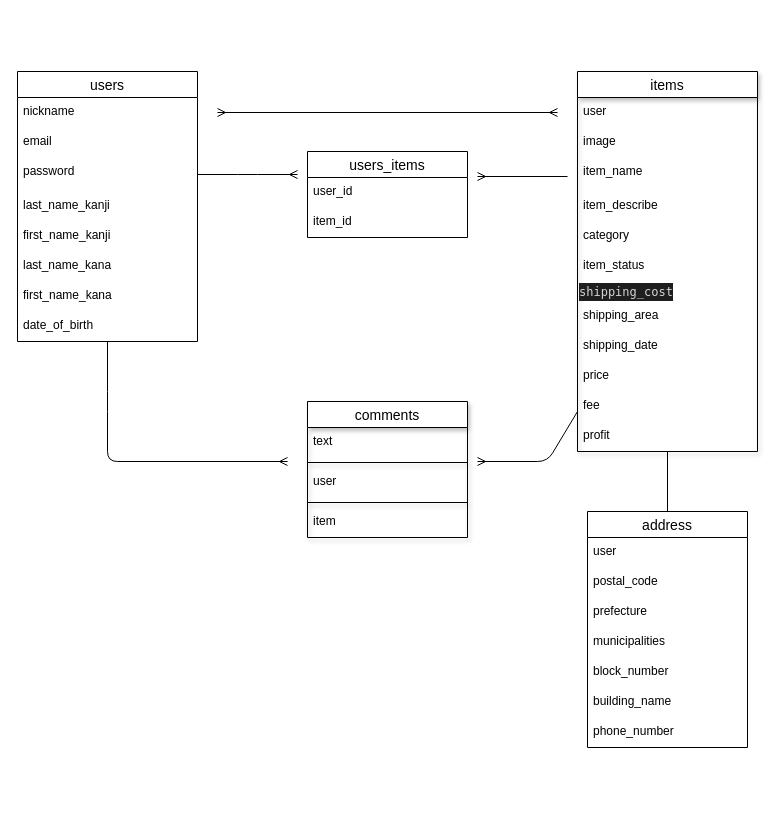
Before: page "ページ1" (1 of 2) of furima.dio in taka-0713/furima-32616, a draw.io diagram. Source tidied: cells renumbered, new cells numbered last; positions are measured from the earlier drawing's top-left corner, leaving out a move shared by most shapes. Both pictures are drawn from the tidied source at 100%, with x=0, y=0 at pixel (17, 71).
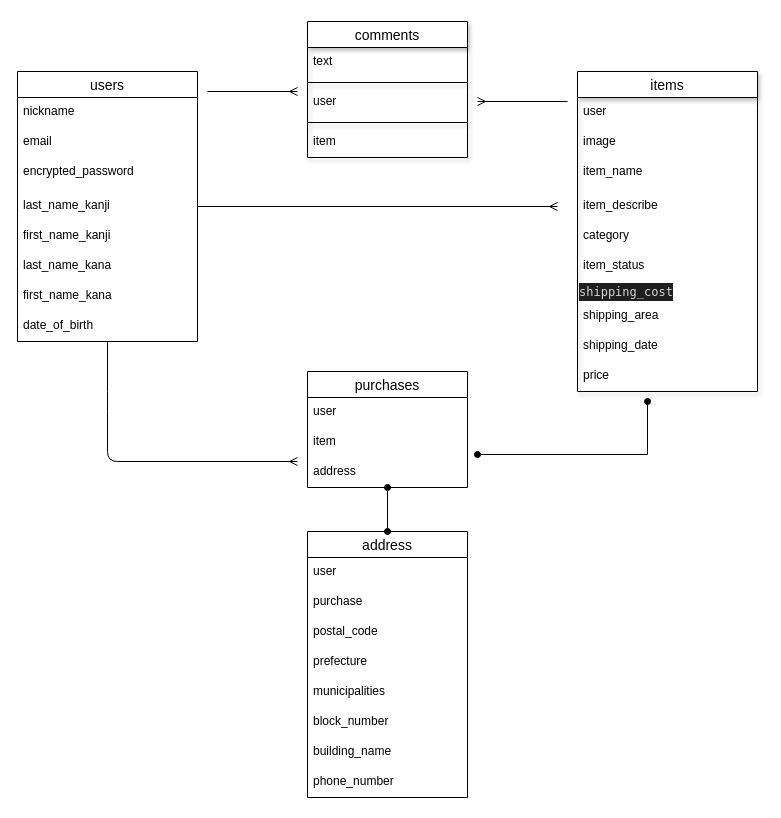
Above is the later version.

Commit message (it also covers changes not shown here):
データベース設計(修正2回目)

The change refers to these unchanged cells:
```xml
<mxCell id="17" value="users" style="swimlane;fontStyle=0;horizontal=1;startSize=26;align=center;fontSize=14;" parent="1" vertex="1">
  <mxGeometry width="180" height="270" as="geometry" />
</mxCell>
```

The edit, as a diff of the source:
```diff
@@
-    <mxCell id="2" style="edgeStyle=none;rounded=1;sketch=0;jettySize=auto;html=1;startArrow=none;startFill=0;endArrow=none;endFill=0;strokeWidth=1;" parent="1" edge="1" source="3" target="26">
-      <mxGeometry relative="1" as="geometry" />
-    </mxCell>
     <mxCell id="3" value="items" style="swimlane;fontStyle=0;horizontal=1;startSize=26;align=center;fontSize=14;shadow=1;" parent="1" vertex="1">
-      <mxGeometry x="560" width="180" height="380" as="geometry" />
+      <mxGeometry x="560" width="180" height="320" as="geometry" />
     </mxCell>
@@
-    <mxCell id="14" value="fee" style="text;strokeColor=none;fillColor=none;spacingLeft=4;spacingRight=4;overflow=hidden;fontSize=12;rounded=0;shadow=1;sketch=0;align=left;" parent="3" vertex="1">
-      <mxGeometry y="320" width="180" height="30" as="geometry" />
-    </mxCell>
-    <mxCell id="15" value="profit" style="text;strokeColor=none;fillColor=none;spacingLeft=4;spacingRight=4;overflow=hidden;fontSize=12;rounded=0;shadow=1;sketch=0;align=left;" parent="3" vertex="1">
-      <mxGeometry y="350" width="180" height="30" as="geometry" />
-    </mxCell>
     <mxCell id="16" style="edgeStyle=orthogonalEdgeStyle;rounded=1;sketch=0;jettySize=auto;html=1;endArrow=ERmany;endFill=0;strokeWidth=1;" parent="1" edge="1" source="17">
       <mxGeometry relative="1" as="geometry">
-        <mxPoint x="270" y="390" as="targetPoint" />
+        <mxPoint x="280" y="390" as="targetPoint" />
         <Array as="points">
           <mxPoint x="90" y="330" />
           <mxPoint x="90" y="330" />
         </Array>
       </mxGeometry>
     </mxCell>
+    <mxCell id="47" style="edgeStyle=none;rounded=0;orthogonalLoop=1;jettySize=auto;html=1;startArrow=none;startFill=0;endArrow=ERmany;endFill=0;" parent="1" edge="1">
+      <mxGeometry relative="1" as="geometry">
+        <mxPoint x="190" y="20" as="sourcePoint" />
+        <mxPoint x="280" y="20" as="targetPoint" />
+      </mxGeometry>
+    </mxCell>
+    <mxCell id="48" style="edgeStyle=none;rounded=0;jettySize=auto;html=1;startArrow=none;startFill=0;endArrow=ERmany;endFill=0;" parent="1" edge="1" source="17">
+      <mxGeometry relative="1" as="geometry">
+        <mxPoint x="540" y="135" as="targetPoint" />
+      </mxGeometry>
+    </mxCell>
@@
-    <mxCell id="20" value="password" style="text;strokeColor=none;fillColor=none;spacingLeft=4;spacingRight=4;overflow=hidden;points=[[0,0.5],[1,0.5]];portConstraint=eastwest;fontSize=12;" parent="17" vertex="1">
+    <mxCell id="20" value="encrypted_password" style="text;strokeColor=none;fillColor=none;spacingLeft=4;spacingRight=4;overflow=hidden;points=[[0,0.5],[1,0.5]];portConstraint=eastwest;fontSize=12;" parent="17" vertex="1">
       <mxGeometry y="86" width="180" height="34" as="geometry" />
     </mxCell>
@@
     <mxCell id="26" value="address" style="swimlane;fontStyle=0;horizontal=1;startSize=26;align=center;fontSize=14;rounded=0;sketch=0;" parent="1" vertex="1">
-      <mxGeometry x="570" y="440" width="160" height="236" as="geometry" />
+      <mxGeometry x="290" y="460" width="160" height="266" as="geometry" />
     </mxCell>
@@
+    <mxCell id="49" value="purchase" style="text;strokeColor=none;fillColor=none;spacingLeft=4;spacingRight=4;overflow=hidden;fontSize=12;" parent="26" vertex="1">
+      <mxGeometry y="56" width="160" height="30" as="geometry" />
+    </mxCell>
     <mxCell id="28" value="postal_code" style="text;strokeColor=none;fillColor=none;spacingLeft=4;spacingRight=4;overflow=hidden;fontSize=12;" parent="26" vertex="1">
-      <mxGeometry y="56" width="160" height="30" as="geometry" />
+      <mxGeometry y="86" width="160" height="30" as="geometry" />
     </mxCell>
     <mxCell id="29" value="prefecture" style="text;strokeColor=none;fillColor=none;spacingLeft=4;spacingRight=4;overflow=hidden;fontSize=12;" parent="26" vertex="1">
-      <mxGeometry y="86" width="160" height="30" as="geometry" />
+      <mxGeometry y="116" width="160" height="30" as="geometry" />
     </mxCell>
     <mxCell id="30" value="municipalities" style="text;strokeColor=none;fillColor=none;spacingLeft=4;spacingRight=4;overflow=hidden;fontSize=12;" parent="26" vertex="1">
-      <mxGeometry y="116" width="160" height="30" as="geometry" />
+      <mxGeometry y="146" width="160" height="30" as="geometry" />
     </mxCell>
     <mxCell id="31" value="block_number" style="text;strokeColor=none;fillColor=none;spacingLeft=4;spacingRight=4;overflow=hidden;fontSize=12;" parent="26" vertex="1">
-      <mxGeometry y="146" width="160" height="30" as="geometry" />
+      <mxGeometry y="176" width="160" height="30" as="geometry" />
     </mxCell>
     <mxCell id="32" value="building_name" style="text;strokeColor=none;fillColor=none;spacingLeft=4;spacingRight=4;overflow=hidden;fontSize=12;" parent="26" vertex="1">
-      <mxGeometry y="176" width="160" height="30" as="geometry" />
+      <mxGeometry y="206" width="160" height="30" as="geometry" />
     </mxCell>
     <mxCell id="33" value="phone_number" style="text;strokeColor=none;fillColor=none;spacingLeft=4;spacingRight=4;overflow=hidden;fontSize=12;" parent="26" vertex="1">
-      <mxGeometry y="206" width="160" height="30" as="geometry" />
+      <mxGeometry y="236" width="160" height="30" as="geometry" />
     </mxCell>
-    <mxCell id="34" style="edgeStyle=orthogonalEdgeStyle;rounded=1;sketch=0;jettySize=auto;html=1;endArrow=ERmany;endFill=0;strokeWidth=1;" parent="1" edge="1" source="20">
-      <mxGeometry relative="1" as="geometry">
-        <mxPoint x="280" y="103" as="targetPoint" />
-      </mxGeometry>
-    </mxCell>
+    <mxCell id="50" style="edgeStyle=none;rounded=0;jettySize=auto;html=1;entryX=0.5;entryY=0;entryDx=0;entryDy=0;startArrow=oval;startFill=1;endArrow=oval;endFill=1;" parent="1" edge="1" source="35" target="26">
+      <mxGeometry relative="1" as="geometry" />
+    </mxCell>
+    <mxCell id="51" style="edgeStyle=none;rounded=0;orthogonalLoop=1;jettySize=auto;html=1;startArrow=oval;startFill=1;endArrow=oval;endFill=1;" parent="1" edge="1">
+      <mxGeometry relative="1" as="geometry">
+        <mxPoint x="460" y="383" as="sourcePoint" />
+        <mxPoint x="630" y="330" as="targetPoint" />
+        <Array as="points">
+          <mxPoint x="630" y="383" />
+        </Array>
+      </mxGeometry>
+    </mxCell>
-    <mxCell id="35" value="users_items" style="swimlane;fontStyle=0;horizontal=1;startSize=26;align=center;fontSize=14;" parent="1" vertex="1">
-      <mxGeometry x="290" y="80" width="160" height="86" as="geometry" />
+    <mxCell id="35" value="purchases" style="swimlane;fontStyle=0;horizontal=1;startSize=26;align=center;fontSize=14;" parent="1" vertex="1">
+      <mxGeometry x="290" y="300" width="160" height="116" as="geometry" />
     </mxCell>
-    <mxCell id="36" value="user_id" style="text;strokeColor=none;fillColor=none;spacingLeft=4;spacingRight=4;overflow=hidden;fontSize=12;" parent="35" vertex="1">
+    <mxCell id="36" value="user" style="text;strokeColor=none;fillColor=none;spacingLeft=4;spacingRight=4;overflow=hidden;fontSize=12;" parent="35" vertex="1">
       <mxGeometry y="26" width="160" height="30" as="geometry" />
     </mxCell>
-    <mxCell id="37" value="item_id" style="text;strokeColor=none;fillColor=none;spacingLeft=4;spacingRight=4;overflow=hidden;fontSize=12;" parent="35" vertex="1">
+    <mxCell id="37" value="item" style="text;strokeColor=none;fillColor=none;spacingLeft=4;spacingRight=4;overflow=hidden;fontSize=12;" parent="35" vertex="1">
       <mxGeometry y="56" width="160" height="30" as="geometry" />
     </mxCell>
+    <mxCell id="52" value="address" style="text;strokeColor=none;fillColor=none;spacingLeft=4;spacingRight=4;overflow=hidden;fontSize=12;" parent="35" vertex="1">
+      <mxGeometry y="86" width="160" height="30" as="geometry" />
+    </mxCell>
     <mxCell id="38" style="edgeStyle=orthogonalEdgeStyle;rounded=0;orthogonalLoop=1;jettySize=auto;html=1;endArrow=ERmany;endFill=0;" parent="1" edge="1">
       <mxGeometry relative="1" as="geometry">
-        <mxPoint x="550" y="105" as="sourcePoint" />
-        <mxPoint x="460" y="105" as="targetPoint" />
+        <mxPoint x="550" y="30" as="sourcePoint" />
+        <mxPoint x="460" y="30" as="targetPoint" />
       </mxGeometry>
     </mxCell>
     <mxCell id="39" value="comments" style="swimlane;fontStyle=0;horizontal=1;startSize=26;align=center;fontSize=14;rounded=0;shadow=1;sketch=0;" parent="1" vertex="1">
-      <mxGeometry x="290" y="330" width="160" height="136" as="geometry" />
+      <mxGeometry x="290" y="-50" width="160" height="136" as="geometry" />
     </mxCell>
@@
-    <mxCell id="45" style="edgeStyle=none;rounded=1;sketch=0;jettySize=auto;html=1;startArrow=none;startFill=0;endArrow=ERmany;endFill=0;strokeWidth=1;" parent="1" edge="1" source="3">
-      <mxGeometry relative="1" as="geometry">
-        <mxPoint x="460" y="390" as="targetPoint" />
-        <Array as="points">
-          <mxPoint x="530" y="390" />
-        </Array>
-      </mxGeometry>
-    </mxCell>
-    <mxCell id="46" style="edgeStyle=none;rounded=0;orthogonalLoop=1;jettySize=auto;html=1;endArrow=ERmany;endFill=0;startArrow=ERmany;startFill=0;" parent="1" edge="1">
-      <mxGeometry relative="1" as="geometry">
-        <mxPoint x="200" y="41" as="sourcePoint" />
-        <mxPoint x="540" y="41" as="targetPoint" />
-      </mxGeometry>
-    </mxCell>
```
